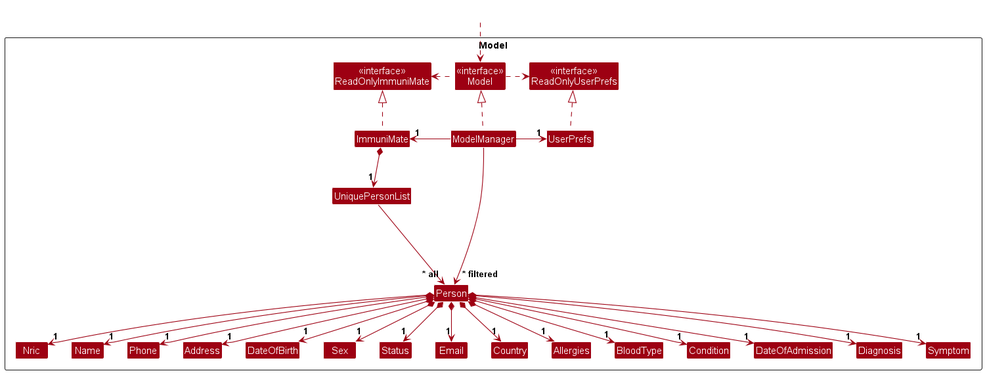
Above: docs/images/ModelClassDiagram.png in AY2324S2-CS2103T-T08-1/tp (PlantUML), before the change.
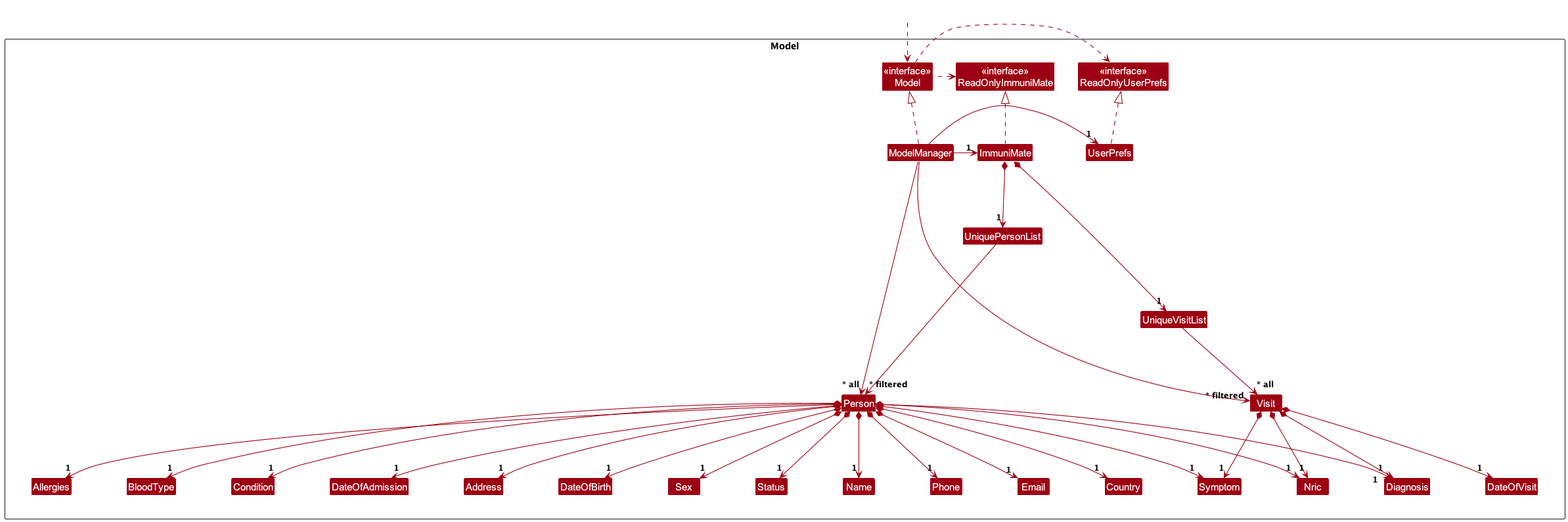
The same diagram one commit later.

Commit message:
Add addvisit implementation and UML.

What changed in the source:
```diff
@@ -12,6 +12,7 @@
 Class ModelManager
 Class UserPrefs
 Class UniquePersonList
+Class UniqueVisitList
 Class Person
 Class Address
 Class Name
@@ -28,6 +29,8 @@
 Class DateOfAdmission
 Class Diagnosis
 Class Symptom
+Class Visit
+Class DateOfVisit
 
 
 Class I #FFFFFF
@@ -46,7 +49,9 @@
 UserPrefs .up.|> ReadOnlyUserPrefs
 
 ImmuniMate *--> "1" UniquePersonList
+ImmuniMate *--> "1" UniqueVisitList
 UniquePersonList --> "~* all" Person
+UniqueVisitList --> "~* all" Visit
 Person *--> "1" Nric
 Person *--> "1" Name
 Person *--> "1" Phone
@@ -64,6 +69,11 @@
 Person *--> "1" Diagnosis
 Person *--> "1" Symptom
 
+Visit *--> "1" DateOfVisit
+Visit *--> "1" Nric
+Visit *--> "1" Diagnosis
+Visit *--> "1" Symptom
+
 
 Person -[hidden]up--> I
 UniquePersonList -[hidden]right-> I
@@ -76,4 +86,5 @@
 Sex -[hidden]right-> Status
 
 ModelManager --> "~* filtered" Person
+ModelManager --> "~* filtered" Visit
 @enduml
```
